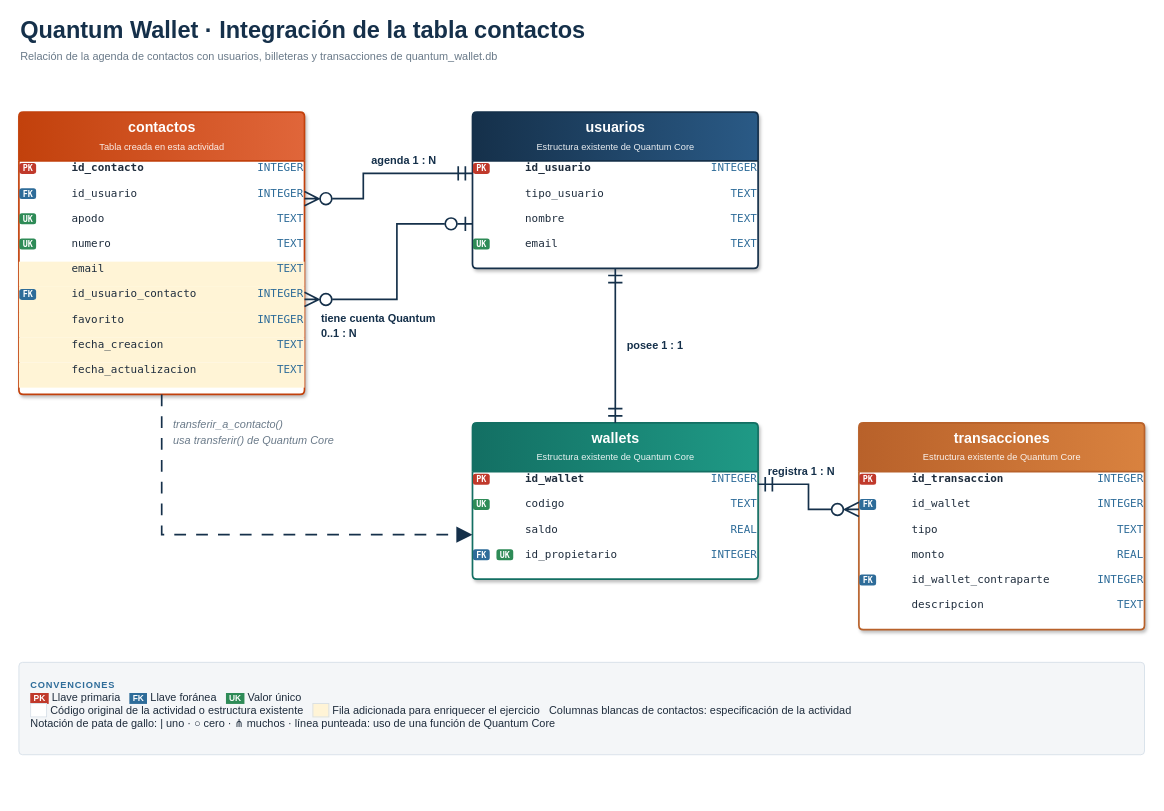
This is diagrama_er_contactos.drawio from DavisZulu/Semana_7_Act_2, a draw.io file, before an edit. Source tidied: cells renumbered, new cells numbered last; positions are measured from the earlier drawing's top-left corner, leaving out a move shared by most shapes. Both pictures are drawn from the tidied source at 84%, with x=0, y=0 at pixel (18, 14).
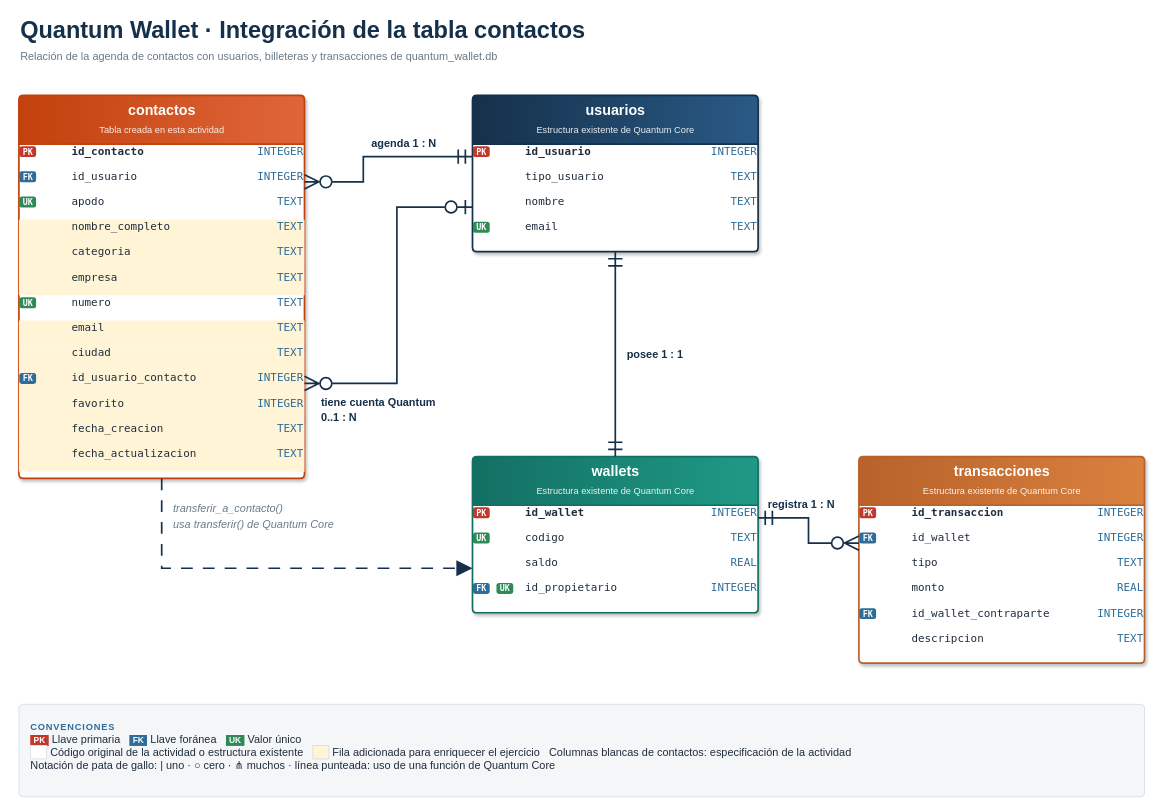
The same diagram, later.

The edit, as a diff of the source:
```diff
@@
     <mxCell id="4" value="contactos&lt;br&gt;&lt;span style=&quot;font-size:11px;font-weight:normal;opacity:0.9&quot;&gt;Tabla creada en esta actividad&lt;/span&gt;" style="swimlane;html=1;fontStyle=1;align=center;verticalAlign=middle;horizontal=1;startSize=58;rounded=1;arcSize=3;fillColor=#C2410C;gradientColor=#E0663A;gradientDirection=east;swimlaneFillColor=#FFFFFF;strokeColor=#C2410C;strokeWidth=2;fontColor=#FFFFFF;fontSize=17;shadow=1;" parent="1" vertex="1">
-      <mxGeometry y="116" width="340" height="336" as="geometry" />
+      <mxGeometry y="96" width="340" height="456" as="geometry" />
     </mxCell>
@@
+    <mxCell id="44" value="&lt;table style=&quot;width:100%;border-collapse:collapse&quot;&gt;&lt;tr&gt;&lt;td style=&quot;width:60px&quot;&gt;&lt;/td&gt;&lt;td&gt;nombre_completo&lt;/td&gt;&lt;td style=&quot;text-align:right;color:#2E6C99&quot;&gt;TEXT&lt;/td&gt;&lt;/tr&gt;&lt;/table&gt;" style="text;html=1;strokeColor=none;fillColor=#FFF4D6;align=left;verticalAlign=middle;spacingLeft=10;spacingRight=12;fontFamily=Menlo;fontSize=13;fontColor=#1F2D3D;overflow=fill;" parent="4" vertex="1">
+      <mxGeometry y="148" width="340" height="30" as="geometry" />
+    </mxCell>
+    <mxCell id="45" value="&lt;table style=&quot;width:100%;border-collapse:collapse&quot;&gt;&lt;tr&gt;&lt;td style=&quot;width:60px&quot;&gt;&lt;/td&gt;&lt;td&gt;categoria&lt;/td&gt;&lt;td style=&quot;text-align:right;color:#2E6C99&quot;&gt;TEXT&lt;/td&gt;&lt;/tr&gt;&lt;/table&gt;" style="text;html=1;strokeColor=none;fillColor=#FFF4D6;align=left;verticalAlign=middle;spacingLeft=10;spacingRight=12;fontFamily=Menlo;fontSize=13;fontColor=#1F2D3D;overflow=fill;" parent="4" vertex="1">
+      <mxGeometry y="178" width="340" height="30" as="geometry" />
+    </mxCell>
+    <mxCell id="46" value="&lt;table style=&quot;width:100%;border-collapse:collapse&quot;&gt;&lt;tr&gt;&lt;td style=&quot;width:60px&quot;&gt;&lt;/td&gt;&lt;td&gt;empresa&lt;/td&gt;&lt;td style=&quot;text-align:right;color:#2E6C99&quot;&gt;TEXT&lt;/td&gt;&lt;/tr&gt;&lt;/table&gt;" style="text;html=1;strokeColor=none;fillColor=#FFF4D6;align=left;verticalAlign=middle;spacingLeft=10;spacingRight=12;fontFamily=Menlo;fontSize=13;fontColor=#1F2D3D;overflow=fill;" parent="4" vertex="1">
+      <mxGeometry y="208" width="340" height="30" as="geometry" />
+    </mxCell>
     <mxCell id="8" value="&lt;table style=&quot;width:100%;border-collapse:collapse&quot;&gt;&lt;tr&gt;&lt;td style=&quot;width:60px&quot;&gt;&lt;span style=&quot;background:#2E8B57;color:#FFFFFF;font-weight:bold;font-size:10px;padding:1px 4px;border-radius:3px&quot;&gt;UK&lt;/span&gt;&amp;nbsp;&lt;/td&gt;&lt;td&gt;numero&lt;/td&gt;&lt;td style=&quot;text-align:right;color:#2E6C99&quot;&gt;TEXT&lt;/td&gt;&lt;/tr&gt;&lt;/table&gt;" style="text;html=1;strokeColor=none;fillColor=none;align=left;verticalAlign=middle;spacingLeft=10;spacingRight=12;fontFamily=Menlo;fontSize=13;fontColor=#1F2D3D;overflow=fill;" parent="4" vertex="1">
-      <mxGeometry y="148" width="340" height="30" as="geometry" />
+      <mxGeometry y="238" width="340" height="30" as="geometry" />
     </mxCell>
     <mxCell id="9" value="&lt;table style=&quot;width:100%;border-collapse:collapse&quot;&gt;&lt;tr&gt;&lt;td style=&quot;width:60px&quot;&gt;&lt;/td&gt;&lt;td&gt;email&lt;/td&gt;&lt;td style=&quot;text-align:right;color:#2E6C99&quot;&gt;TEXT&lt;/td&gt;&lt;/tr&gt;&lt;/table&gt;" style="text;html=1;strokeColor=none;fillColor=#FFF4D6;align=left;verticalAlign=middle;spacingLeft=10;spacingRight=12;fontFamily=Menlo;fontSize=13;fontColor=#1F2D3D;overflow=fill;" parent="4" vertex="1">
-      <mxGeometry y="178" width="340" height="30" as="geometry" />
+      <mxGeometry y="268" width="340" height="30" as="geometry" />
     </mxCell>
+    <mxCell id="47" value="&lt;table style=&quot;width:100%;border-collapse:collapse&quot;&gt;&lt;tr&gt;&lt;td style=&quot;width:60px&quot;&gt;&lt;/td&gt;&lt;td&gt;ciudad&lt;/td&gt;&lt;td style=&quot;text-align:right;color:#2E6C99&quot;&gt;TEXT&lt;/td&gt;&lt;/tr&gt;&lt;/table&gt;" style="text;html=1;strokeColor=none;fillColor=#FFF4D6;align=left;verticalAlign=middle;spacingLeft=10;spacingRight=12;fontFamily=Menlo;fontSize=13;fontColor=#1F2D3D;overflow=fill;" parent="4" vertex="1">
+      <mxGeometry y="298" width="340" height="30" as="geometry" />
+    </mxCell>
     <mxCell id="10" value="&lt;table style=&quot;width:100%;border-collapse:collapse&quot;&gt;&lt;tr&gt;&lt;td style=&quot;width:60px&quot;&gt;&lt;span style=&quot;background:#2E6C99;color:#FFFFFF;font-weight:bold;font-size:10px;padding:1px 4px;border-radius:3px&quot;&gt;FK&lt;/span&gt;&amp;nbsp;&lt;/td&gt;&lt;td&gt;id_usuario_contacto&lt;/td&gt;&lt;td style=&quot;text-align:right;color:#2E6C99&quot;&gt;INTEGER&lt;/td&gt;&lt;/tr&gt;&lt;/table&gt;" style="text;html=1;strokeColor=none;fillColor=#FFF4D6;align=left;verticalAlign=middle;spacingLeft=10;spacingRight=12;fontFamily=Menlo;fontSize=13;fontColor=#1F2D3D;overflow=fill;" parent="4" vertex="1">
-      <mxGeometry y="208" width="340" height="30" as="geometry" />
+      <mxGeometry y="328" width="340" height="30" as="geometry" />
     </mxCell>
     <mxCell id="11" value="&lt;table style=&quot;width:100%;border-collapse:collapse&quot;&gt;&lt;tr&gt;&lt;td style=&quot;width:60px&quot;&gt;&lt;/td&gt;&lt;td&gt;favorito&lt;/td&gt;&lt;td style=&quot;text-align:right;color:#2E6C99&quot;&gt;INTEGER&lt;/td&gt;&lt;/tr&gt;&lt;/table&gt;" style="text;html=1;strokeColor=none;fillColor=#FFF4D6;align=left;verticalAlign=middle;spacingLeft=10;spacingRight=12;fontFamily=Menlo;fontSize=13;fontColor=#1F2D3D;overflow=fill;" parent="4" vertex="1">
-      <mxGeometry y="238" width="340" height="30" as="geometry" />
+      <mxGeometry y="358" width="340" height="30" as="geometry" />
     </mxCell>
     <mxCell id="12" value="&lt;table style=&quot;width:100%;border-collapse:collapse&quot;&gt;&lt;tr&gt;&lt;td style=&quot;width:60px&quot;&gt;&lt;/td&gt;&lt;td&gt;fecha_creacion&lt;/td&gt;&lt;td style=&quot;text-align:right;color:#2E6C99&quot;&gt;TEXT&lt;/td&gt;&lt;/tr&gt;&lt;/table&gt;" style="text;html=1;strokeColor=none;fillColor=#FFF4D6;align=left;verticalAlign=middle;spacingLeft=10;spacingRight=12;fontFamily=Menlo;fontSize=13;fontColor=#1F2D3D;overflow=fill;" parent="4" vertex="1">
-      <mxGeometry y="268" width="340" height="30" as="geometry" />
+      <mxGeometry y="388" width="340" height="30" as="geometry" />
     </mxCell>
     <mxCell id="13" value="&lt;table style=&quot;width:100%;border-collapse:collapse&quot;&gt;&lt;tr&gt;&lt;td style=&quot;width:60px&quot;&gt;&lt;/td&gt;&lt;td&gt;fecha_actualizacion&lt;/td&gt;&lt;td style=&quot;text-align:right;color:#2E6C99&quot;&gt;TEXT&lt;/td&gt;&lt;/tr&gt;&lt;/table&gt;" style="text;html=1;strokeColor=none;fillColor=#FFF4D6;align=left;verticalAlign=middle;spacingLeft=10;spacingRight=12;fontFamily=Menlo;fontSize=13;fontColor=#1F2D3D;overflow=fill;" parent="4" vertex="1">
-      <mxGeometry y="298" width="340" height="30" as="geometry" />
+      <mxGeometry y="418" width="340" height="30" as="geometry" />
     </mxCell>
     <mxCell id="14" value="usuarios&lt;br&gt;&lt;span style=&quot;font-size:11px;font-weight:normal;opacity:0.9&quot;&gt;Estructura existente de Quantum Core&lt;/span&gt;" style="swimlane;html=1;fontStyle=1;align=center;verticalAlign=middle;horizontal=1;startSize=58;rounded=1;arcSize=3;fillColor=#15304A;gradientColor=#2A5A86;gradientDirection=east;swimlaneFillColor=#FFFFFF;strokeColor=#15304A;strokeWidth=2;fontColor=#FFFFFF;fontSize=17;shadow=1;" parent="1" vertex="1">
-      <mxGeometry x="540" y="116" width="340" height="186" as="geometry" />
+      <mxGeometry x="540" y="96" width="340" height="186" as="geometry" />
     </mxCell>
@@
     <mxCell id="19" value="wallets&lt;br&gt;&lt;span style=&quot;font-size:11px;font-weight:normal;opacity:0.9&quot;&gt;Estructura existente de Quantum Core&lt;/span&gt;" style="swimlane;html=1;fontStyle=1;align=center;verticalAlign=middle;horizontal=1;startSize=58;rounded=1;arcSize=3;fillColor=#136F63;gradientColor=#1F9A86;gradientDirection=east;swimlaneFillColor=#FFFFFF;strokeColor=#136F63;strokeWidth=2;fontColor=#FFFFFF;fontSize=17;shadow=1;" parent="1" vertex="1">
-      <mxGeometry x="540" y="486" width="340" height="186" as="geometry" />
+      <mxGeometry x="540" y="526" width="340" height="186" as="geometry" />
     </mxCell>
@@
     <mxCell id="24" value="transacciones&lt;br&gt;&lt;span style=&quot;font-size:11px;font-weight:normal;opacity:0.9&quot;&gt;Estructura existente de Quantum Core&lt;/span&gt;" style="swimlane;html=1;fontStyle=1;align=center;verticalAlign=middle;horizontal=1;startSize=58;rounded=1;arcSize=3;fillColor=#B8612A;gradientColor=#D9823F;gradientDirection=east;swimlaneFillColor=#FFFFFF;strokeColor=#B8612A;strokeWidth=2;fontColor=#FFFFFF;fontSize=17;shadow=1;" parent="1" vertex="1">
-      <mxGeometry x="1000" y="486" width="340" height="246" as="geometry" />
+      <mxGeometry x="1000" y="526" width="340" height="246" as="geometry" />
     </mxCell>
@@
     <mxCell id="31" style="edgeStyle=none;html=1;rounded=0;strokeColor=#15304A;strokeWidth=2;startArrow=ERmandOne;endArrow=ERzeroToMany;startFill=0;endFill=0;startSize=14;endSize=14;" parent="1" edge="1">
       <mxGeometry relative="1" as="geometry">
-        <mxPoint x="540" y="189" as="sourcePoint" />
-        <mxPoint x="340" y="219" as="targetPoint" />
+        <mxPoint x="540" y="169" as="sourcePoint" />
+        <mxPoint x="340" y="199" as="targetPoint" />
         <Array as="points">
-          <mxPoint x="410" y="189" />
-          <mxPoint x="410" y="219" />
+          <mxPoint x="410" y="169" />
+          <mxPoint x="410" y="199" />
         </Array>
       </mxGeometry>
     </mxCell>
     <mxCell id="32" value="agenda  1 : N" style="text;html=1;align=left;verticalAlign=middle;fontSize=13;fontStyle=1;fontColor=#15304A;" parent="1" vertex="1">
-      <mxGeometry x="418" y="163" width="220" height="20" as="geometry" />
+      <mxGeometry x="418" y="143" width="220" height="20" as="geometry" />
     </mxCell>
     <mxCell id="33" style="edgeStyle=none;html=1;rounded=0;strokeColor=#15304A;strokeWidth=2;startArrow=ERzeroToOne;endArrow=ERzeroToMany;startFill=0;endFill=0;startSize=14;endSize=14;" parent="1" edge="1">
       <mxGeometry relative="1" as="geometry">
-        <mxPoint x="540" y="249" as="sourcePoint" />
-        <mxPoint x="340" y="339" as="targetPoint" />
+        <mxPoint x="540" y="229" as="sourcePoint" />
+        <mxPoint x="340" y="439" as="targetPoint" />
         <Array as="points">
-          <mxPoint x="450" y="249" />
-          <mxPoint x="450" y="339" />
+          <mxPoint x="450" y="229" />
+          <mxPoint x="450" y="439" />
         </Array>
       </mxGeometry>
     </mxCell>
     <mxCell id="34" value="tiene cuenta Quantum" style="text;html=1;align=left;verticalAlign=middle;fontSize=13;fontStyle=1;fontColor=#15304A;" parent="1" vertex="1">
-      <mxGeometry x="358" y="351" width="220" height="20" as="geometry" />
+      <mxGeometry x="358" y="451" width="220" height="20" as="geometry" />
     </mxCell>
     <mxCell id="35" value="0..1 : N" style="text;html=1;align=left;verticalAlign=middle;fontSize=13;fontStyle=1;fontColor=#15304A;" parent="1" vertex="1">
-      <mxGeometry x="358" y="369" width="220" height="20" as="geometry" />
+      <mxGeometry x="358" y="469" width="220" height="20" as="geometry" />
     </mxCell>
     <mxCell id="36" style="edgeStyle=none;html=1;rounded=0;strokeColor=#15304A;strokeWidth=2;startArrow=ERmandOne;endArrow=ERmandOne;startFill=0;endFill=0;startSize=14;endSize=14;" parent="1" edge="1">
       <mxGeometry relative="1" as="geometry">
-        <mxPoint x="710" y="302" as="sourcePoint" />
-        <mxPoint x="710" y="486" as="targetPoint" />
+        <mxPoint x="710" y="282" as="sourcePoint" />
+        <mxPoint x="710" y="526" as="targetPoint" />
       </mxGeometry>
     </mxCell>
     <mxCell id="37" value="posee  1 : 1" style="text;html=1;align=left;verticalAlign=middle;fontSize=13;fontStyle=1;fontColor=#15304A;" parent="1" vertex="1">
-      <mxGeometry x="722" y="384" width="220" height="20" as="geometry" />
+      <mxGeometry x="722" y="394" width="220" height="20" as="geometry" />
     </mxCell>
     <mxCell id="38" style="edgeStyle=none;html=1;rounded=0;strokeColor=#15304A;strokeWidth=2;startArrow=ERmandOne;endArrow=ERzeroToMany;startFill=0;endFill=0;startSize=14;endSize=14;" parent="1" edge="1">
       <mxGeometry relative="1" as="geometry">
-        <mxPoint x="880" y="559" as="sourcePoint" />
-        <mxPoint x="1000" y="589" as="targetPoint" />
+        <mxPoint x="880" y="599" as="sourcePoint" />
+        <mxPoint x="1000" y="629" as="targetPoint" />
         <Array as="points">
-          <mxPoint x="940" y="559" />
-          <mxPoint x="940" y="589" />
+          <mxPoint x="940" y="599" />
+          <mxPoint x="940" y="629" />
         </Array>
       </mxGeometry>
     </mxCell>
     <mxCell id="39" value="registra  1 : N" style="text;html=1;align=left;verticalAlign=middle;fontSize=13;fontStyle=1;fontColor=#15304A;" parent="1" vertex="1">
-      <mxGeometry x="890" y="533" width="220" height="20" as="geometry" />
+      <mxGeometry x="890" y="573" width="220" height="20" as="geometry" />
     </mxCell>
     <mxCell id="40" style="edgeStyle=none;html=1;rounded=0;strokeColor=#15304A;strokeWidth=2;startArrow=none;endArrow=block;startFill=0;endFill=1;startSize=14;endSize=14;dashed=1;dashPattern=7 6;" parent="1" edge="1">
       <mxGeometry relative="1" as="geometry">
-        <mxPoint x="170" y="452" as="sourcePoint" />
-        <mxPoint x="540" y="619" as="targetPoint" />
+        <mxPoint x="170" y="552" as="sourcePoint" />
+        <mxPoint x="540" y="659" as="targetPoint" />
         <Array as="points">
-          <mxPoint x="170" y="619" />
+          <mxPoint x="170" y="659" />
         </Array>
       </mxGeometry>
     </mxCell>
     <mxCell id="41" value="transferir_a_contacto()" style="text;html=1;align=left;verticalAlign=middle;fontSize=13;fontStyle=2;fontColor=#6A7A89;" parent="1" vertex="1">
-      <mxGeometry x="182" y="478" width="220" height="20" as="geometry" />
+      <mxGeometry x="182" y="578" width="220" height="20" as="geometry" />
     </mxCell>
     <mxCell id="42" value="usa transferir() de Quantum Core" style="text;html=1;align=left;verticalAlign=middle;fontSize=13;fontStyle=2;fontColor=#6A7A89;" parent="1" vertex="1">
-      <mxGeometry x="182" y="496" width="220" height="20" as="geometry" />
+      <mxGeometry x="182" y="596" width="220" height="20" as="geometry" />
     </mxCell>
     <mxCell id="43" value="&lt;b style=&quot;color:#2E6C99;font-size:11px;letter-spacing:1px&quot;&gt;CONVENCIONES&lt;/b&gt;&lt;br&gt;&lt;span style=&quot;background:#C0392B;color:#fff;font-size:10px;padding:1px 4px&quot;&gt;&lt;b&gt;PK&lt;/b&gt;&lt;/span&gt; Llave primaria &amp;nbsp; &lt;span style=&quot;background:#2E6C99;color:#fff;font-size:10px;padding:1px 4px&quot;&gt;&lt;b&gt;FK&lt;/b&gt;&lt;/span&gt; Llave foránea &amp;nbsp; &lt;span style=&quot;background:#2E8B57;color:#fff;font-size:10px;padding:1px 4px&quot;&gt;&lt;b&gt;UK&lt;/b&gt;&lt;/span&gt; Valor único&lt;br&gt;&lt;span style=&quot;background:#FFFFFF;border:1px solid #D5DEE7&quot;&gt;&amp;nbsp;&amp;nbsp;&amp;nbsp;&amp;nbsp;&amp;nbsp;&lt;/span&gt; Código original de la actividad o estructura existente &amp;nbsp; &lt;span style=&quot;background:#FFF4D6;border:1px solid #D5DEE7&quot;&gt;&amp;nbsp;&amp;nbsp;&amp;nbsp;&amp;nbsp;&amp;nbsp;&lt;/span&gt; Fila adicionada para enriquecer el ejercicio &amp;nbsp; Columnas blancas de contactos: especificación de la actividad&lt;br&gt;Notación de pata de gallo: | uno · ○ cero · ⋔ muchos · línea punteada: uso de una función de Quantum Core" style="rounded=1;arcSize=4;html=1;whiteSpace=wrap;align=left;verticalAlign=top;spacing=14;fillColor=#F4F6F8;strokeColor=#D5DEE7;fontSize=13;fontColor=#1F2D3D;" parent="1" vertex="1">
-      <mxGeometry y="771" width="1340" height="110" as="geometry" />
+      <mxGeometry y="821" width="1340" height="110" as="geometry" />
     </mxCell>
```
